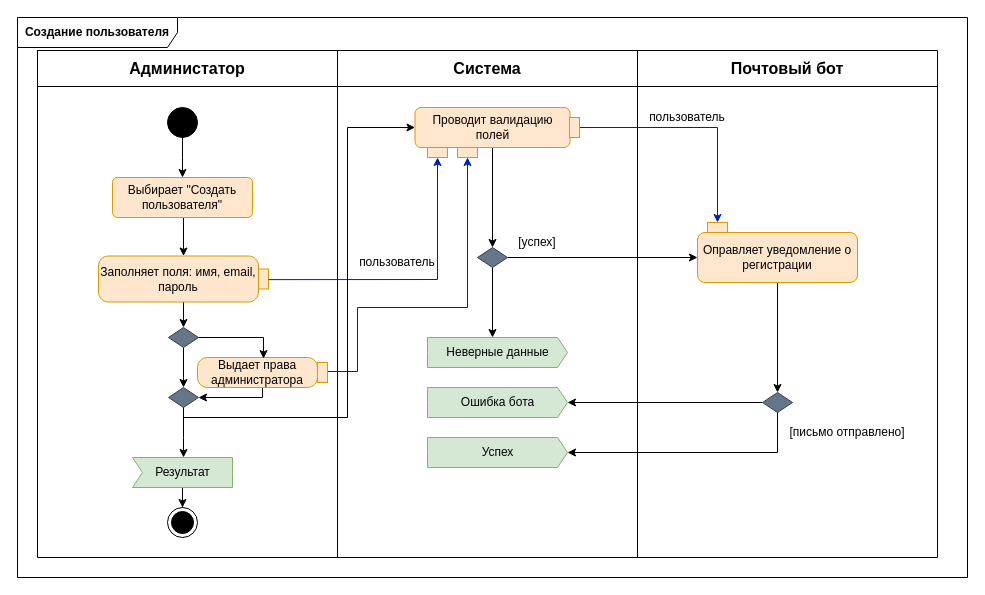
Before: docs/raw_diagrams/create_user.drawio in aVorotnikov/thunder_board, a draw.io diagram. Source tidied: cells renumbered, new cells numbered last; positions are measured from the earlier drawing's top-left corner, leaving out a move shared by most shapes. Both pictures are drawn from the tidied source at 100%, with x=0, y=0 at pixel (17, 17).
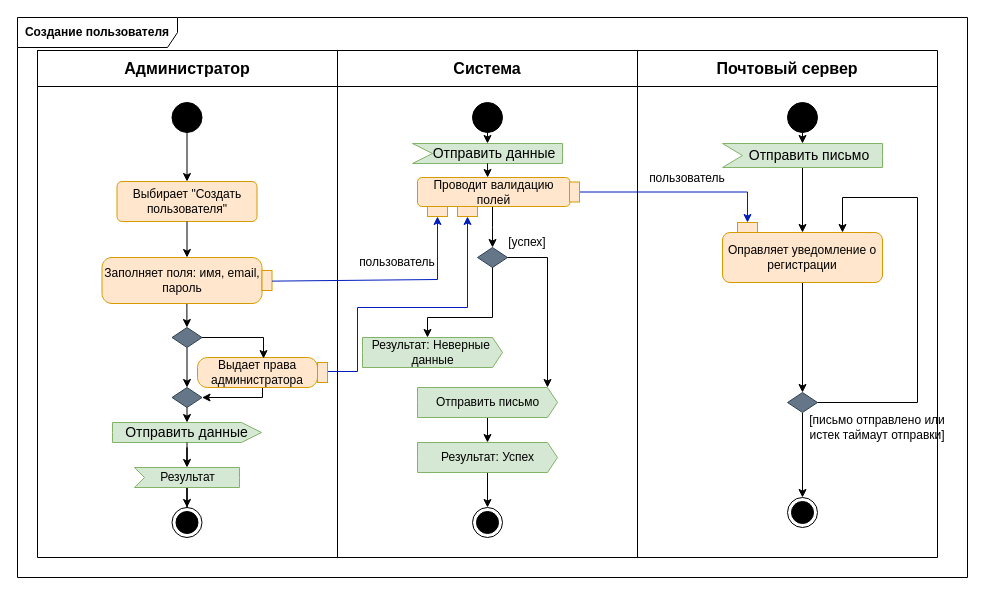
Above is the later version.

Commit message (it also covers changes not shown here):
finally fixed diagram

The change refers to these unchanged cells:
```xml
<mxCell id="2" value="&lt;b&gt;Создание пользователя&lt;br&gt;&lt;/b&gt;" style="shape=umlFrame;whiteSpace=wrap;html=1;width=160;" parent="1" vertex="1">
  <mxGeometry width="950" height="560" as="geometry" />
</mxCell>
<mxCell id="4" style="shape=tableRow;horizontal=0;startSize=0;swimlaneHead=0;swimlaneBody=0;strokeColor=inherit;top=0;left=0;bottom=0;right=0;fillColor=none;fontSize=16;" parent="3" vertex="1">
  <mxGeometry width="900" height="36" as="geometry" />
</mxCell>
<mxCell id="27" style="rhombus;whiteSpace=wrap;html=1;fillColor=#647687;fontColor=#ffffff;strokeColor=#314354;" parent="2" vertex="1">
  <mxGeometry x="460" y="230" width="30" height="20" as="geometry" />
</mxCell>
```

The edit, as a diff of the source:
```diff
@@
-    <mxCell id="5" value="&lt;b&gt;Администатор&lt;/b&gt;" style="shape=partialRectangle;html=1;whiteSpace=wrap;strokeColor=inherit;overflow=hidden;fillColor=none;top=0;left=0;bottom=0;right=0;fontSize=16;" parent="4" vertex="1">
+    <mxCell id="5" value="&lt;b&gt;Администратор&lt;/b&gt;" style="shape=partialRectangle;html=1;whiteSpace=wrap;strokeColor=inherit;overflow=hidden;fillColor=none;top=0;left=0;bottom=0;right=0;fontSize=16;" parent="4" vertex="1">
       <mxGeometry width="300" height="36" as="geometry" />
     </mxCell>
@@
-    <mxCell id="7" value="&lt;b&gt;Почтовый бот&lt;br&gt;&lt;/b&gt;" style="shape=partialRectangle;html=1;whiteSpace=wrap;strokeColor=inherit;overflow=hidden;fillColor=none;top=0;left=0;bottom=0;right=0;fontSize=16;" parent="4" vertex="1">
+    <mxCell id="7" value="&lt;b&gt;Почтовый сервер&lt;br&gt;&lt;/b&gt;" style="shape=partialRectangle;html=1;whiteSpace=wrap;strokeColor=inherit;overflow=hidden;fillColor=none;top=0;left=0;bottom=0;right=0;fontSize=16;" parent="4" vertex="1">
       <mxGeometry x="600" width="300" height="36" as="geometry" />
     </mxCell>
@@
-    <mxCell id="12" style="edgeStyle=orthogonalEdgeStyle;rounded=0;jettySize=auto;html=1;" parent="2" edge="1" source="13">
-      <mxGeometry relative="1" as="geometry">
-        <mxPoint x="165" y="160" as="targetPoint" />
-      </mxGeometry>
-    </mxCell>
     <mxCell id="13" style="ellipse;fillColor=strokeColor;html=1;" parent="2" vertex="1">
-      <mxGeometry x="150" y="90" width="30" height="30" as="geometry" />
+      <mxGeometry x="154.5" y="85" width="30" height="30" as="geometry" />
     </mxCell>
     <mxCell id="14" style="ellipse;html=1;shape=endState;fillColor=strokeColor;" parent="2" vertex="1">
-      <mxGeometry x="150" y="490" width="30" height="30" as="geometry" />
+      <mxGeometry x="154.5" y="490" width="30" height="30" as="geometry" />
     </mxCell>
-    <mxCell id="15" style="edgeStyle=orthogonalEdgeStyle;rounded=0;jettySize=auto;html=1;exitX=0.5;exitY=1;exitDx=0;exitDy=0;" parent="2" edge="1" source="52" target="17">
-      <mxGeometry relative="1" as="geometry">
-        <Array as="points">
-          <mxPoint x="166" y="200" />
-        </Array>
-      </mxGeometry>
-    </mxCell>
-    <mxCell id="16" style="edgeStyle=orthogonalEdgeStyle;rounded=0;jettySize=auto;html=1;" parent="2" edge="1" source="17" target="38">
-      <mxGeometry relative="1" as="geometry" />
+    <mxCell id="16" style="edgeStyle=orthogonalEdgeStyle;rounded=0;orthogonalLoop=1;jettySize=auto;html=1;" parent="2" edge="1">
+      <mxGeometry relative="1" as="geometry">
+        <mxPoint x="169.4" y="284.2" as="sourcePoint" />
+        <mxPoint x="169.4" y="310" as="targetPoint" />
+        <Array as="points">
+          <mxPoint x="169.4" y="289.7" />
+          <mxPoint x="169.4" y="289.7" />
+        </Array>
+      </mxGeometry>
     </mxCell>
     <mxCell id="17" value="Заполняет поля: имя, email, пароль" style="shape=mxgraph.uml25.action;html=1;align=center;verticalAlign=middle;absoluteArcSize=1;arcSize=10;dashed=0;spacingRight=10;whiteSpace=wrap;fillColor=#ffe6cc;strokeColor=#d79b00;" parent="2" vertex="1">
-      <mxGeometry x="81" y="238.5" width="170" height="46" as="geometry" />
+      <mxGeometry x="84.5" y="240" width="170" height="46" as="geometry" />
     </mxCell>
     <mxCell id="18" style="edgeStyle=orthogonalEdgeStyle;rounded=0;jettySize=auto;html=1;entryX=0.5;entryY=0;entryDx=0;entryDy=0;" parent="2" edge="1" source="19" target="27">
-      <mxGeometry relative="1" as="geometry" />
+      <mxGeometry relative="1" as="geometry">
+        <Array as="points">
+          <mxPoint x="475" y="210" />
+          <mxPoint x="475" y="210" />
+        </Array>
+      </mxGeometry>
     </mxCell>
     <mxCell id="19" value="Проводит валидацию полей " style="rounded=1;whiteSpace=wrap;html=1;fillColor=#ffe6cc;strokeColor=#d79b00;" parent="2" vertex="1">
-      <mxGeometry x="397.5" y="90" width="155" height="40" as="geometry" />
+      <mxGeometry x="400" y="160" width="152.5" height="29" as="geometry" />
     </mxCell>
     <mxCell id="20" style="rounded=0;whiteSpace=wrap;html=1;fillColor=#ffe6cc;strokeColor=#d79b00;" parent="2" vertex="1">
-      <mxGeometry x="410" y="130" width="20" height="10" as="geometry" />
+      <mxGeometry x="410" y="189" width="20" height="10" as="geometry" />
     </mxCell>
@@
+    <mxCell id="53" style="edgeStyle=orthogonalEdgeStyle;rounded=0;jettySize=auto;html=1;" parent="2" edge="1" source="22" target="23">
+      <mxGeometry relative="1" as="geometry" />
+    </mxCell>
-    <mxCell id="22" value="Ошибка бота" style="html=1;shadow=0;dashed=0;align=center;verticalAlign=middle;shape=mxgraph.arrows2.arrow;dy=0;dx=10;notch=0;fillColor=#d5e8d4;strokeColor=#82b366;" parent="2" vertex="1">
-      <mxGeometry x="410" y="370" width="140" height="30" as="geometry" />
+    <mxCell id="22" value="Отправить письмо" style="html=1;shadow=0;dashed=0;align=center;verticalAlign=middle;shape=mxgraph.arrows2.arrow;dy=0;dx=10;notch=0;fillColor=#d5e8d4;strokeColor=#82b366;" parent="2" vertex="1">
+      <mxGeometry x="400" y="370" width="140" height="30" as="geometry" />
     </mxCell>
+    <mxCell id="54" style="edgeStyle=orthogonalEdgeStyle;rounded=0;jettySize=auto;html=1;" parent="2" edge="1" source="23" target="64">
+      <mxGeometry relative="1" as="geometry" />
+    </mxCell>
-    <mxCell id="23" value="Успех" style="html=1;shadow=0;dashed=0;align=center;verticalAlign=middle;shape=mxgraph.arrows2.arrow;dy=0;dx=10;notch=0;fillColor=#d5e8d4;strokeColor=#82b366;" parent="2" vertex="1">
-      <mxGeometry x="410" y="420" width="140" height="30" as="geometry" />
+    <mxCell id="23" value="Результат: Успех" style="html=1;shadow=0;dashed=0;align=center;verticalAlign=middle;shape=mxgraph.arrows2.arrow;dy=0;dx=10;notch=0;fillColor=#d5e8d4;strokeColor=#82b366;" parent="2" vertex="1">
+      <mxGeometry x="400" y="425" width="140" height="30" as="geometry" />
     </mxCell>
-    <mxCell id="24" value="Неверные данные" style="html=1;shadow=0;dashed=0;align=center;verticalAlign=middle;shape=mxgraph.arrows2.arrow;dy=0;dx=10;notch=0;fillColor=#d5e8d4;strokeColor=#82b366;" parent="2" vertex="1">
-      <mxGeometry x="410" y="320" width="140" height="30" as="geometry" />
+    <mxCell id="24" value="&lt;div&gt;Результат: Неверные&amp;nbsp;&lt;/div&gt;&lt;div&gt;данные&lt;/div&gt;" style="html=1;shadow=0;dashed=0;align=center;verticalAlign=middle;shape=mxgraph.arrows2.arrow;dy=0;dx=10;notch=0;fillColor=#d5e8d4;strokeColor=#82b366;" parent="2" vertex="1">
+      <mxGeometry x="345" y="320" width="140" height="30" as="geometry" />
     </mxCell>
@@
     <mxCell id="26" value="Результат" style="html=1;shadow=0;dashed=0;align=center;verticalAlign=middle;shape=mxgraph.arrows2.arrow;dy=0;dx=0;notch=10;fillColor=#d5e8d4;strokeColor=#82b366;" parent="2" vertex="1">
-      <mxGeometry x="115" y="440" width="100" height="30" as="geometry" />
+      <mxGeometry x="117" y="450" width="105" height="20" as="geometry" />
     </mxCell>
@@
     <mxCell id="28" style="edgeStyle=orthogonalEdgeStyle;rounded=0;jettySize=auto;html=1;entryX=0;entryY=0;entryDx=65;entryDy=0;entryPerimeter=0;" parent="2" edge="1" source="27" target="24">
-      <mxGeometry relative="1" as="geometry" />
+      <mxGeometry relative="1" as="geometry">
+        <Array as="points">
+          <mxPoint x="475" y="300" />
+          <mxPoint x="410" y="300" />
+        </Array>
+      </mxGeometry>
     </mxCell>
@@
     <mxCell id="30" value="Оправляет уведомление о регистрации" style="rounded=1;whiteSpace=wrap;html=1;fillColor=#ffe6cc;strokeColor=#d79b00;" parent="2" vertex="1">
-      <mxGeometry x="680" y="215" width="160" height="50" as="geometry" />
+      <mxGeometry x="705" y="215" width="160" height="50" as="geometry" />
     </mxCell>
-    <mxCell id="31" style="endArrow=classic;html=1;rounded=0;exitX=1;exitY=0.5;exitDx=0;exitDy=0;entryX=0;entryY=0.5;entryDx=0;entryDy=0;" parent="2" edge="1" source="27" target="30">
-      <mxGeometry relative="1" as="geometry" />
+    <mxCell id="31" style="endArrow=classic;html=1;rounded=0;exitX=1;exitY=0.5;exitDx=0;exitDy=0;entryX=0;entryY=0;entryDx=130;entryDy=0;entryPerimeter=0;" parent="2" edge="1" source="27" target="22">
+      <mxGeometry relative="1" as="geometry">
+        <Array as="points">
+          <mxPoint x="530" y="240" />
+        </Array>
+      </mxGeometry>
     </mxCell>
     <mxCell id="32" value="[успех]" style="text;html=1;strokeColor=none;fillColor=none;align=center;verticalAlign=middle;whiteSpace=wrap;rounded=0;" parent="2" vertex="1">
-      <mxGeometry x="490" y="210" width="60" height="30" as="geometry" />
+      <mxGeometry x="480" y="210" width="60" height="30" as="geometry" />
     </mxCell>
+    <mxCell id="55" style="edgeStyle=orthogonalEdgeStyle;rounded=0;jettySize=auto;html=1;" parent="2" edge="1" source="33" target="68">
+      <mxGeometry relative="1" as="geometry" />
+    </mxCell>
     <mxCell id="33" style="rhombus;whiteSpace=wrap;html=1;fillColor=#647687;fontColor=#ffffff;strokeColor=#314354;" parent="2" vertex="1">
-      <mxGeometry x="745" y="375" width="30" height="20" as="geometry" />
+      <mxGeometry x="770" y="375" width="30" height="20" as="geometry" />
     </mxCell>
-    <mxCell id="34" style="edgeStyle=orthogonalEdgeStyle;rounded=0;jettySize=auto;html=1;exitX=0;exitY=0.5;exitDx=0;exitDy=0;entryX=1;entryY=0.5;entryDx=0;entryDy=0;entryPerimeter=0;" parent="2" edge="1" source="33" target="22">
-      <mxGeometry relative="1" as="geometry" />
-    </mxCell>
-    <mxCell id="35" style="edgeStyle=orthogonalEdgeStyle;rounded=0;jettySize=auto;html=1;entryX=1;entryY=0.5;entryDx=0;entryDy=0;entryPerimeter=0;" parent="2" edge="1" source="33" target="23">
+    <mxCell id="35" style="edgeStyle=orthogonalEdgeStyle;rounded=0;jettySize=auto;html=1;entryX=0.75;entryY=0;entryDx=0;entryDy=0;" parent="2" edge="1" source="33" target="30">
       <mxGeometry relative="1" as="geometry">
         <Array as="points">
-          <mxPoint x="760" y="435" />
+          <mxPoint x="900" y="385" />
+          <mxPoint x="900" y="180" />
+          <mxPoint x="825" y="180" />
         </Array>
       </mxGeometry>
     </mxCell>
-    <mxCell id="36" value="[письмо отправлено]" style="text;html=1;strokeColor=none;fillColor=none;align=center;verticalAlign=middle;whiteSpace=wrap;rounded=0;" parent="2" vertex="1">
-      <mxGeometry x="760" y="400" width="140" height="30" as="geometry" />
+    <mxCell id="36" value="[письмо отправлено или истек таймаут отправки]" style="text;html=1;strokeColor=none;fillColor=none;align=center;verticalAlign=middle;whiteSpace=wrap;rounded=0;" parent="2" vertex="1">
+      <mxGeometry x="790" y="395" width="140" height="30" as="geometry" />
     </mxCell>
@@
     <mxCell id="38" style="rhombus;whiteSpace=wrap;html=1;fillColor=#647687;fontColor=#ffffff;strokeColor=#314354;" parent="2" vertex="1">
-      <mxGeometry x="151" y="310" width="30" height="20" as="geometry" />
+      <mxGeometry x="154.5" y="310" width="30" height="20" as="geometry" />
     </mxCell>
@@
     <mxCell id="43" style="rounded=0;whiteSpace=wrap;html=1;fillColor=#ffe6cc;strokeColor=#d79b00;rotation=0;" parent="2" vertex="1">
-      <mxGeometry x="440" y="130" width="20" height="10" as="geometry" />
+      <mxGeometry x="440" y="189" width="20" height="10" as="geometry" />
     </mxCell>
-    <mxCell id="44" style="edgeStyle=orthogonalEdgeStyle;rounded=0;jettySize=auto;html=1;entryX=0;entryY=0.5;entryDx=0;entryDy=0;" parent="2" edge="1" source="45" target="19">
-      <mxGeometry relative="1" as="geometry">
-        <Array as="points">
-          <mxPoint x="166" y="400" />
-          <mxPoint x="330" y="400" />
-          <mxPoint x="330" y="110" />
-        </Array>
-      </mxGeometry>
-    </mxCell>
     <mxCell id="45" style="rhombus;whiteSpace=wrap;html=1;fillColor=#647687;fontColor=#ffffff;strokeColor=#314354;" parent="2" vertex="1">
-      <mxGeometry x="151" y="370" width="30" height="20" as="geometry" />
+      <mxGeometry x="154.5" y="370" width="30" height="20" as="geometry" />
     </mxCell>
-    <mxCell id="46" style="edgeStyle=orthogonalEdgeStyle;rounded=0;jettySize=auto;html=1;" parent="2" edge="1" source="45" target="26">
-      <mxGeometry relative="1" as="geometry">
-        <Array as="points">
-          <mxPoint x="166" y="420" />
-          <mxPoint x="166" y="420" />
-        </Array>
-      </mxGeometry>
-    </mxCell>
@@
     <mxCell id="49" style="rounded=0;whiteSpace=wrap;html=1;fillColor=#ffe6cc;strokeColor=#d79b00;rotation=-90;" parent="2" vertex="1">
-      <mxGeometry x="547" y="105" width="20" height="10" as="geometry" />
+      <mxGeometry x="547" y="169.5" width="20" height="10" as="geometry" />
     </mxCell>
     <mxCell id="50" style="rounded=0;whiteSpace=wrap;html=1;fillColor=#ffe6cc;strokeColor=#d79b00;" parent="2" vertex="1">
-      <mxGeometry x="690" y="205" width="20" height="10" as="geometry" />
+      <mxGeometry x="720" y="205" width="20" height="10" as="geometry" />
     </mxCell>
     <mxCell id="51" value="пользователь" style="text;html=1;strokeColor=none;fillColor=none;align=center;verticalAlign=middle;whiteSpace=wrap;rounded=0;" parent="2" vertex="1">
-      <mxGeometry x="640" y="85" width="60" height="30" as="geometry" />
+      <mxGeometry x="640" y="146" width="60" height="30" as="geometry" />
     </mxCell>
     <mxCell id="52" value="Выбирает &quot;Создать пользователя&quot;" style="html=1;align=center;verticalAlign=middle;rounded=1;absoluteArcSize=1;arcSize=10;dashed=0;whiteSpace=wrap;fillColor=#ffe6cc;strokeColor=#d79b00;" parent="2" vertex="1">
-      <mxGeometry x="95" y="160" width="140" height="40" as="geometry" />
+      <mxGeometry x="99.5" y="164" width="140" height="40" as="geometry" />
     </mxCell>
+    <mxCell id="56" value="Отправить данные" style="html=1;shape=mxgraph.infographic.ribbonSimple;notch1=0;notch2=20;align=center;verticalAlign=middle;fontSize=14;fontStyle=0;fillColor=#d5e8d4;whiteSpace=wrap;strokeColor=#82b366;" parent="2" vertex="1">
+      <mxGeometry x="95" y="405" width="149" height="20" as="geometry" />
+    </mxCell>
+    <mxCell id="57" style="edgeStyle=orthogonalEdgeStyle;rounded=0;jettySize=auto;html=1;entryX=0;entryY=0;entryDx=52.5;entryDy=0;entryPerimeter=0;" parent="2" edge="1" source="56" target="26">
+      <mxGeometry relative="1" as="geometry" />
+    </mxCell>
+    <mxCell id="58" style="endArrow=classic;html=1;rounded=0;exitX=0.5;exitY=1;exitDx=0;exitDy=0;" parent="2" edge="1" source="45" target="56">
+      <mxGeometry relative="1" as="geometry" />
+    </mxCell>
+    <mxCell id="15" style="endArrow=classic;html=1;rounded=0;exitX=0.5;exitY=1;exitDx=0;exitDy=0;" parent="2" edge="1" source="52" target="17">
+      <mxGeometry relative="1" as="geometry" />
+    </mxCell>
+    <mxCell id="59" style="endArrow=classic;html=1;rounded=0;exitX=0.5;exitY=1;exitDx=0;exitDy=0;entryX=0.5;entryY=0;entryDx=0;entryDy=0;" parent="2" edge="1" source="13" target="52">
+      <mxGeometry relative="1" as="geometry" />
+    </mxCell>
+    <mxCell id="60" style="ellipse;fillColor=strokeColor;html=1;" parent="2" vertex="1">
+      <mxGeometry x="455" y="85" width="30" height="30" as="geometry" />
+    </mxCell>
+    <mxCell id="61" value="Отправить данные" style="html=1;shape=mxgraph.infographic.ribbonSimple;notch1=20;notch2=0;align=center;verticalAlign=middle;fontSize=14;fontStyle=0;fillColor=#d5e8d4;flipH=0;spacingRight=0;spacingLeft=14;whiteSpace=wrap;strokeColor=#82b366;" parent="2" vertex="1">
+      <mxGeometry x="395" y="126" width="150" height="20" as="geometry" />
+    </mxCell>
+    <mxCell id="62" style="endArrow=classic;html=1;rounded=0;exitX=0;exitY=0;exitDx=75;exitDy=20;exitPerimeter=0;entryX=0.46;entryY=0;entryDx=0;entryDy=0;entryPerimeter=0;" parent="2" edge="1" source="61" target="19">
+      <mxGeometry relative="1" as="geometry" />
+    </mxCell>
+    <mxCell id="63" style="endArrow=classic;html=1;rounded=0;exitX=0.5;exitY=1;exitDx=0;exitDy=0;entryX=0;entryY=0;entryDx=75;entryDy=0;entryPerimeter=0;" parent="2" edge="1" source="60" target="61">
+      <mxGeometry relative="1" as="geometry" />
+    </mxCell>
+    <mxCell id="64" style="ellipse;html=1;shape=endState;fillColor=strokeColor;" parent="2" vertex="1">
+      <mxGeometry x="455" y="490" width="30" height="30" as="geometry" />
+    </mxCell>
+    <mxCell id="65" style="ellipse;fillColor=strokeColor;html=1;" parent="2" vertex="1">
+      <mxGeometry x="770" y="85" width="30" height="30" as="geometry" />
+    </mxCell>
+    <mxCell id="66" style="edgeStyle=orthogonalEdgeStyle;rounded=0;jettySize=auto;html=1;entryX=0.5;entryY=0;entryDx=0;entryDy=0;" parent="2" edge="1" source="67" target="30">
+      <mxGeometry relative="1" as="geometry" />
+    </mxCell>
+    <mxCell id="67" value="Отправить письмо" style="html=1;shape=mxgraph.infographic.ribbonSimple;notch1=20;notch2=0;align=center;verticalAlign=middle;fontSize=14;fontStyle=0;fillColor=#d5e8d4;flipH=0;spacingRight=0;spacingLeft=14;whiteSpace=wrap;strokeColor=#82b366;" parent="2" vertex="1">
+      <mxGeometry x="705" y="126" width="160" height="24" as="geometry" />
+    </mxCell>
+    <mxCell id="68" style="ellipse;html=1;shape=endState;fillColor=strokeColor;" parent="2" vertex="1">
+      <mxGeometry x="770" y="480" width="30" height="30" as="geometry" />
+    </mxCell>
+    <mxCell id="69" style="endArrow=classic;html=1;rounded=0;exitX=0.5;exitY=1;exitDx=0;exitDy=0;entryX=0;entryY=0;entryDx=80;entryDy=0;entryPerimeter=0;" parent="2" edge="1" source="65" target="67">
+      <mxGeometry relative="1" as="geometry" />
+    </mxCell>
```
